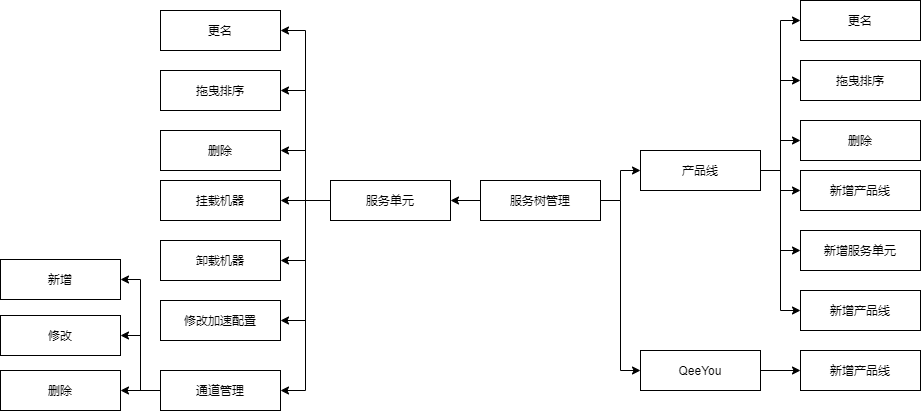
Besideme/besideme.github.io keeps this draw.io diagram as image/服务树管理.png. Above is the earlier version. Source tidied: cells renumbered, new cells last; positions are measured from the earlier drawing's top-left corner, leaving out a move shared by most shapes. Source of this version:
```xml
<mxGraphModel>
  <root>
    <mxCell id="0" />
    <mxCell id="1" parent="0" />
    <mxCell id="2" style="edgeStyle=orthogonalEdgeStyle;rounded=0;jettySize=auto;html=1;exitX=1;exitY=0.5;exitDx=0;exitDy=0;entryX=0;entryY=0.5;entryDx=0;entryDy=0;" parent="1" edge="1" source="5" target="12">
      <mxGeometry relative="1" as="geometry" />
    </mxCell>
    <mxCell id="3" style="edgeStyle=orthogonalEdgeStyle;rounded=0;jettySize=auto;html=1;entryX=1;entryY=0.5;entryDx=0;entryDy=0;" parent="1" edge="1" source="5" target="41">
      <mxGeometry relative="1" as="geometry" />
    </mxCell>
    <mxCell id="4" style="edgeStyle=orthogonalEdgeStyle;rounded=0;jettySize=auto;html=1;exitX=1;exitY=0.5;exitDx=0;exitDy=0;entryX=0;entryY=0.5;entryDx=0;entryDy=0;" parent="1" edge="1" source="5" target="14">
      <mxGeometry relative="1" as="geometry" />
    </mxCell>
    <mxCell id="5" value="服务树管理" style="rounded=0;whiteSpace=wrap;html=1;" parent="1" vertex="1">
      <mxGeometry x="480" y="180" width="120" height="40" as="geometry" />
    </mxCell>
    <mxCell id="6" style="edgeStyle=orthogonalEdgeStyle;rounded=0;jettySize=auto;html=1;exitX=1;exitY=0.5;exitDx=0;exitDy=0;entryX=0;entryY=0.5;entryDx=0;entryDy=0;" parent="1" edge="1" source="12" target="15">
      <mxGeometry relative="1" as="geometry" />
    </mxCell>
    <mxCell id="7" style="edgeStyle=orthogonalEdgeStyle;rounded=0;jettySize=auto;html=1;entryX=0;entryY=0.5;entryDx=0;entryDy=0;" parent="1" edge="1" source="12" target="16">
      <mxGeometry relative="1" as="geometry" />
    </mxCell>
    <mxCell id="8" style="edgeStyle=orthogonalEdgeStyle;rounded=0;jettySize=auto;html=1;" parent="1" edge="1" source="12" target="17">
      <mxGeometry relative="1" as="geometry" />
    </mxCell>
    <mxCell id="9" style="edgeStyle=orthogonalEdgeStyle;rounded=0;jettySize=auto;html=1;entryX=0;entryY=0.5;entryDx=0;entryDy=0;" parent="1" edge="1" source="12" target="18">
      <mxGeometry relative="1" as="geometry" />
    </mxCell>
    <mxCell id="10" style="edgeStyle=orthogonalEdgeStyle;rounded=0;jettySize=auto;html=1;entryX=0;entryY=0.5;entryDx=0;entryDy=0;" parent="1" edge="1" source="12" target="19">
      <mxGeometry relative="1" as="geometry" />
    </mxCell>
    <mxCell id="11" style="edgeStyle=orthogonalEdgeStyle;rounded=0;jettySize=auto;html=1;entryX=0;entryY=0.5;entryDx=0;entryDy=0;" parent="1" edge="1" source="12" target="20">
      <mxGeometry relative="1" as="geometry" />
    </mxCell>
    <mxCell id="12" value="产品线" style="rounded=0;whiteSpace=wrap;html=1;" parent="1" vertex="1">
      <mxGeometry x="640" y="150" width="120" height="40" as="geometry" />
    </mxCell>
    <mxCell id="13" style="edgeStyle=orthogonalEdgeStyle;rounded=0;jettySize=auto;html=1;exitX=1;exitY=0.5;exitDx=0;exitDy=0;entryX=0;entryY=0.5;entryDx=0;entryDy=0;" parent="1" edge="1" source="14" target="42">
      <mxGeometry relative="1" as="geometry" />
    </mxCell>
    <mxCell id="14" value="QeeYou" style="rounded=0;whiteSpace=wrap;html=1;" parent="1" vertex="1">
      <mxGeometry x="640" y="350" width="120" height="40" as="geometry" />
    </mxCell>
    <mxCell id="15" value="更名" style="rounded=0;whiteSpace=wrap;html=1;" parent="1" vertex="1">
      <mxGeometry x="800" width="120" height="40" as="geometry" />
    </mxCell>
    <mxCell id="16" value="拖曳排序" style="rounded=0;whiteSpace=wrap;html=1;" parent="1" vertex="1">
      <mxGeometry x="800" y="60" width="120" height="40" as="geometry" />
    </mxCell>
    <mxCell id="17" value="删除" style="rounded=0;whiteSpace=wrap;html=1;" parent="1" vertex="1">
      <mxGeometry x="800" y="120" width="120" height="40" as="geometry" />
    </mxCell>
    <mxCell id="18" value="新增产品线" style="rounded=0;whiteSpace=wrap;html=1;" parent="1" vertex="1">
      <mxGeometry x="800" y="170" width="120" height="40" as="geometry" />
    </mxCell>
    <mxCell id="19" value="新增服务单元" style="rounded=0;whiteSpace=wrap;html=1;" parent="1" vertex="1">
      <mxGeometry x="800" y="230" width="120" height="40" as="geometry" />
    </mxCell>
    <mxCell id="20" value="新增产品线" style="rounded=0;whiteSpace=wrap;html=1;" parent="1" vertex="1">
      <mxGeometry x="800" y="290" width="120" height="40" as="geometry" />
    </mxCell>
    <mxCell id="21" value="更名" style="rounded=0;whiteSpace=wrap;html=1;" parent="1" vertex="1">
      <mxGeometry x="160" y="10" width="120" height="40" as="geometry" />
    </mxCell>
    <mxCell id="22" value="拖曳排序" style="rounded=0;whiteSpace=wrap;html=1;" parent="1" vertex="1">
      <mxGeometry x="160" y="70" width="120" height="40" as="geometry" />
    </mxCell>
    <mxCell id="23" value="删除" style="rounded=0;whiteSpace=wrap;html=1;" parent="1" vertex="1">
      <mxGeometry x="160" y="130" width="120" height="40" as="geometry" />
    </mxCell>
    <mxCell id="24" value="挂载机器" style="rounded=0;whiteSpace=wrap;html=1;" parent="1" vertex="1">
      <mxGeometry x="160" y="180" width="120" height="40" as="geometry" />
    </mxCell>
    <mxCell id="25" value="卸载机器" style="rounded=0;whiteSpace=wrap;html=1;" parent="1" vertex="1">
      <mxGeometry x="160" y="240" width="120" height="40" as="geometry" />
    </mxCell>
    <mxCell id="26" value="修改加速配置" style="rounded=0;whiteSpace=wrap;html=1;" parent="1" vertex="1">
      <mxGeometry x="160" y="300" width="120" height="40" as="geometry" />
    </mxCell>
    <mxCell id="27" style="edgeStyle=orthogonalEdgeStyle;rounded=0;jettySize=auto;html=1;entryX=1;entryY=0.5;entryDx=0;entryDy=0;" parent="1" edge="1" source="30" target="33">
      <mxGeometry relative="1" as="geometry" />
    </mxCell>
    <mxCell id="28" style="edgeStyle=orthogonalEdgeStyle;rounded=0;jettySize=auto;html=1;entryX=1;entryY=0.5;entryDx=0;entryDy=0;" parent="1" edge="1" source="30" target="32">
      <mxGeometry relative="1" as="geometry" />
    </mxCell>
    <mxCell id="29" style="edgeStyle=orthogonalEdgeStyle;rounded=0;jettySize=auto;html=1;entryX=1;entryY=0.5;entryDx=0;entryDy=0;" parent="1" edge="1" source="30" target="31">
      <mxGeometry relative="1" as="geometry" />
    </mxCell>
    <mxCell id="30" value="通道管理" style="rounded=0;whiteSpace=wrap;html=1;" parent="1" vertex="1">
      <mxGeometry x="160" y="370" width="120" height="40" as="geometry" />
    </mxCell>
    <mxCell id="31" value="新增" style="rounded=0;whiteSpace=wrap;html=1;" parent="1" vertex="1">
      <mxGeometry y="259" width="120" height="40" as="geometry" />
    </mxCell>
    <mxCell id="32" value="修改" style="rounded=0;whiteSpace=wrap;html=1;" parent="1" vertex="1">
      <mxGeometry y="315" width="120" height="40" as="geometry" />
    </mxCell>
    <mxCell id="33" value="删除" style="rounded=0;whiteSpace=wrap;html=1;" parent="1" vertex="1">
      <mxGeometry y="370" width="120" height="40" as="geometry" />
    </mxCell>
    <mxCell id="34" style="edgeStyle=orthogonalEdgeStyle;rounded=0;jettySize=auto;html=1;exitX=0;exitY=0.5;exitDx=0;exitDy=0;entryX=1;entryY=0.5;entryDx=0;entryDy=0;" parent="1" edge="1" source="41" target="21">
      <mxGeometry relative="1" as="geometry" />
    </mxCell>
    <mxCell id="35" style="edgeStyle=orthogonalEdgeStyle;rounded=0;jettySize=auto;html=1;entryX=1;entryY=0.5;entryDx=0;entryDy=0;" parent="1" edge="1" source="41" target="22">
      <mxGeometry relative="1" as="geometry" />
    </mxCell>
    <mxCell id="36" style="edgeStyle=orthogonalEdgeStyle;rounded=0;jettySize=auto;html=1;entryX=1;entryY=0.5;entryDx=0;entryDy=0;" parent="1" edge="1" source="41" target="23">
      <mxGeometry relative="1" as="geometry" />
    </mxCell>
    <mxCell id="37" style="edgeStyle=orthogonalEdgeStyle;rounded=0;jettySize=auto;html=1;entryX=1;entryY=0.5;entryDx=0;entryDy=0;" parent="1" edge="1" source="41" target="24">
      <mxGeometry relative="1" as="geometry" />
    </mxCell>
    <mxCell id="38" style="edgeStyle=orthogonalEdgeStyle;rounded=0;jettySize=auto;html=1;entryX=1;entryY=0.5;entryDx=0;entryDy=0;" parent="1" edge="1" source="41" target="25">
      <mxGeometry relative="1" as="geometry" />
    </mxCell>
    <mxCell id="39" style="edgeStyle=orthogonalEdgeStyle;rounded=0;jettySize=auto;html=1;entryX=1;entryY=0.5;entryDx=0;entryDy=0;" parent="1" edge="1" source="41" target="26">
      <mxGeometry relative="1" as="geometry" />
    </mxCell>
    <mxCell id="40" style="edgeStyle=orthogonalEdgeStyle;rounded=0;jettySize=auto;html=1;entryX=1;entryY=0.5;entryDx=0;entryDy=0;" parent="1" edge="1" source="41" target="30">
      <mxGeometry relative="1" as="geometry" />
    </mxCell>
    <mxCell id="41" value="服务单元" style="rounded=0;whiteSpace=wrap;html=1;" parent="1" vertex="1">
      <mxGeometry x="330" y="180" width="120" height="40" as="geometry" />
    </mxCell>
    <mxCell id="42" value="新增产品线" style="rounded=0;whiteSpace=wrap;html=1;" parent="1" vertex="1">
      <mxGeometry x="800" y="350" width="120" height="40" as="geometry" />
    </mxCell>
  </root>
</mxGraphModel>
```
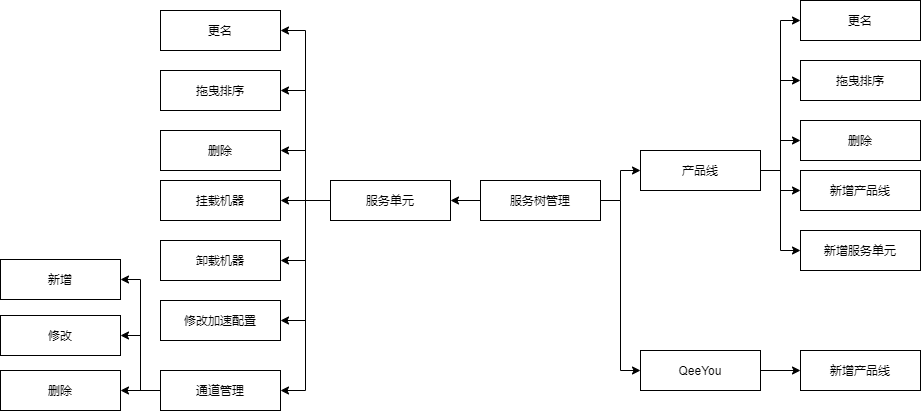
Later version of the same file.

Commit message:
Update 服务树管理.png

The edit, as a diff of the source:
```diff
@@ -29,9 +29,6 @@
     <mxCell id="10" style="edgeStyle=orthogonalEdgeStyle;rounded=0;jettySize=auto;html=1;entryX=0;entryY=0.5;entryDx=0;entryDy=0;" parent="1" edge="1" source="12" target="19">
       <mxGeometry relative="1" as="geometry" />
     </mxCell>
-    <mxCell id="11" style="edgeStyle=orthogonalEdgeStyle;rounded=0;jettySize=auto;html=1;entryX=0;entryY=0.5;entryDx=0;entryDy=0;" parent="1" edge="1" source="12" target="20">
-      <mxGeometry relative="1" as="geometry" />
-    </mxCell>
     <mxCell id="12" value="产品线" style="rounded=0;whiteSpace=wrap;html=1;" parent="1" vertex="1">
       <mxGeometry x="640" y="150" width="120" height="40" as="geometry" />
     </mxCell>
@@ -56,9 +53,6 @@
     <mxCell id="19" value="新增服务单元" style="rounded=0;whiteSpace=wrap;html=1;" parent="1" vertex="1">
       <mxGeometry x="800" y="230" width="120" height="40" as="geometry" />
     </mxCell>
-    <mxCell id="20" value="新增产品线" style="rounded=0;whiteSpace=wrap;html=1;" parent="1" vertex="1">
-      <mxGeometry x="800" y="290" width="120" height="40" as="geometry" />
-    </mxCell>
     <mxCell id="21" value="更名" style="rounded=0;whiteSpace=wrap;html=1;" parent="1" vertex="1">
       <mxGeometry x="160" y="10" width="120" height="40" as="geometry" />
     </mxCell>
```
